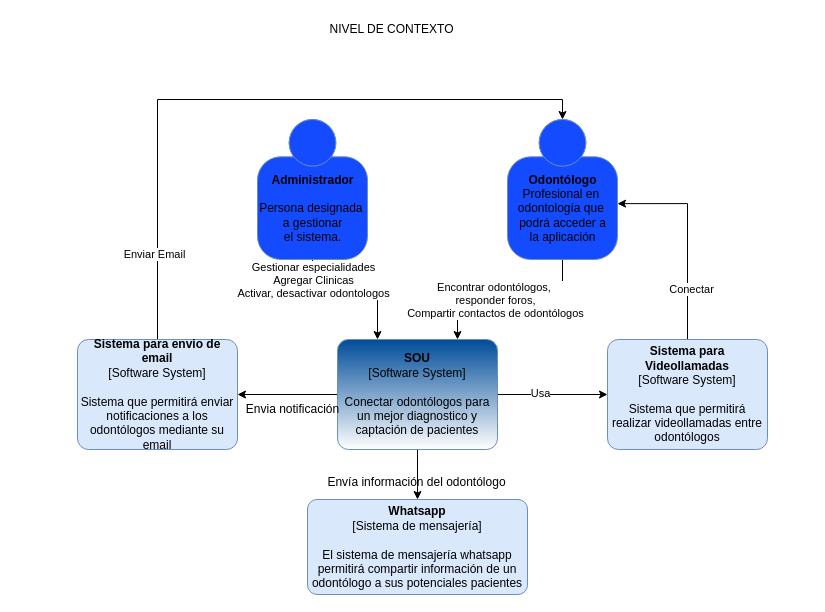
Above: Untitled Diagram.drawio in vjcajilema/C4-Odontologos (draw.io), before the change. Source tidied: cells renumbered, new cells numbered last; positions are measured from the earlier drawing's top-left corner, leaving out a move shared by most shapes. Both pictures are drawn from the tidied source at 100%, with x=0, y=0 at pixel (77, 19).
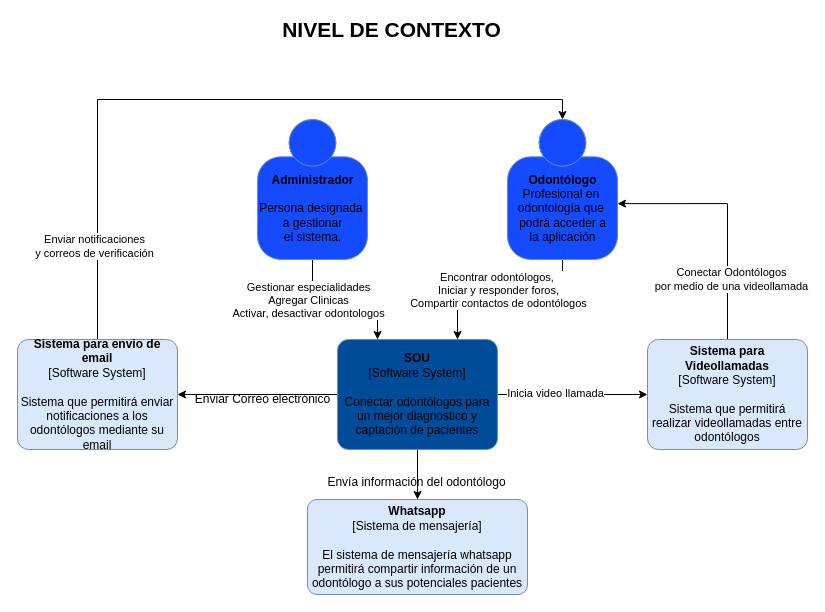
The same diagram, later.

Commit message:
Diagrama contexto Odontólogos.drawio

The change refers to these unchanged cells:
```xml
<mxCell id="2" style="edgeStyle=orthogonalEdgeStyle;rounded=0;jettySize=auto;html=1;exitX=0.5;exitY=1;exitDx=0;exitDy=0;exitPerimeter=0;entryX=0.25;entryY=0;entryDx=0;entryDy=0;entryPerimeter=0;" parent="1" edge="1" source="4" target="9">
  <mxGeometry relative="1" as="geometry" />
</mxCell>
<mxCell id="5" style="edgeStyle=orthogonalEdgeStyle;rounded=0;jettySize=auto;html=1;exitX=1;exitY=0.5;exitDx=0;exitDy=0;exitPerimeter=0;" parent="1" edge="1" source="9" target="15">
  <mxGeometry relative="1" as="geometry" />
</mxCell>
<mxCell id="10" style="edgeStyle=orthogonalEdgeStyle;rounded=0;jettySize=auto;html=1;exitX=0.5;exitY=1;exitDx=0;exitDy=0;exitPerimeter=0;entryX=0.75;entryY=0;entryDx=0;entryDy=0;entryPerimeter=0;" parent="1" edge="1" source="12" target="9">
  <mxGeometry relative="1" as="geometry" />
</mxCell>
<mxCell id="13" style="edgeStyle=orthogonalEdgeStyle;rounded=0;jettySize=auto;html=1;exitX=0.5;exitY=0;exitDx=0;exitDy=0;exitPerimeter=0;entryX=1;entryY=0.601;entryDx=0;entryDy=0;entryPerimeter=0;" parent="1" edge="1" source="15" target="12">
  <mxGeometry relative="1" as="geometry" />
</mxCell>
<mxCell id="16" style="edgeStyle=orthogonalEdgeStyle;rounded=0;jettySize=auto;html=1;exitX=0.5;exitY=0;exitDx=0;exitDy=0;exitPerimeter=0;entryX=0.5;entryY=0;entryDx=0;entryDy=0;entryPerimeter=0;" parent="1" edge="1" source="18" target="12">
  <mxGeometry relative="1" as="geometry" />
</mxCell>
```

Diff of the diagram source:
```diff
@@
     <mxCell id="3" value="Gestionar especialidades&lt;br&gt;Agregar Clinicas&lt;br&gt;Activar, desactivar odontologos" style="edgeLabel;html=1;align=center;verticalAlign=middle;" parent="2" vertex="1">
       <mxGeometry x="-0.45" y="18" relative="1" as="geometry">
-        <mxPoint y="-2" as="offset" />
+        <mxPoint x="-5" y="18" as="offset" />
       </mxGeometry>
     </mxCell>
@@
-    <mxCell id="6" value="Usa" style="edgeLabel;html=1;align=center;verticalAlign=middle;" parent="5" vertex="1">
+    <mxCell id="6" value="Inicia video llamada" style="edgeLabel;html=1;align=center;verticalAlign=middle;" parent="5" vertex="1">
       <mxGeometry x="-0.24" y="2" relative="1" as="geometry" />
     </mxCell>
@@
-    <mxCell id="9" value="&lt;b&gt;SOU&lt;/b&gt;&lt;div&gt;[Software System]&lt;/div&gt;&lt;br&gt;&lt;div&gt;Conectar odontólogos para un mejor diagnostico y captación de pacientes&lt;/div&gt;" style="rounded=1;whiteSpace=wrap;html=1;labelBackgroundColor=none;fillColor=#004C99;fontColor=#000000;align=center;arcSize=10;strokeColor=#6c8ebf;points=[[0.25,0,0],[0.5,0,0],[0.75,0,0],[1,0.25,0],[1,0.5,0],[1,0.75,0],[0.75,1,0],[0.5,1,0],[0.25,1,0],[0,0.75,0],[0,0.5,0],[0,0.25,0]];gradientColor=#ffffff;" parent="1" vertex="1">
+    <mxCell id="9" value="&lt;b&gt;SOU&lt;/b&gt;&lt;div&gt;[Software System]&lt;/div&gt;&lt;br&gt;&lt;div&gt;Conectar odontólogos para un mejor diagnostico y captación de pacientes&lt;/div&gt;" style="rounded=1;whiteSpace=wrap;html=1;labelBackgroundColor=none;fillColor=#004C99;fontColor=#000000;align=center;arcSize=10;strokeColor=#6c8ebf;points=[[0.25,0,0],[0.5,0,0],[0.75,0,0],[1,0.25,0],[1,0.5,0],[1,0.75,0],[0.75,1,0],[0.5,1,0],[0.25,1,0],[0,0.75,0],[0,0.5,0],[0,0.25,0]];gradientColor=none;" parent="1" vertex="1">
       <mxGeometry x="260" y="320" width="160" height="110" as="geometry" />
     </mxCell>
@@
-    <mxCell id="11" value="Encontrar odontólogos,&amp;nbsp;&lt;br&gt;responder foros,&lt;br&gt;Compartir contactos de odontólogos" style="edgeLabel;html=1;align=center;verticalAlign=middle;" parent="10" vertex="1">
+    <mxCell id="11" value="Encontrar odontólogos,&amp;nbsp;&lt;br&gt;Iniciar y responder foros,&lt;br&gt;Compartir contactos de odontólogos" style="edgeLabel;html=1;align=center;verticalAlign=middle;" parent="10" vertex="1">
       <mxGeometry x="0.18" relative="1" as="geometry">
-        <mxPoint x="1" as="offset" />
+        <mxPoint x="4" y="-10" as="offset" />
       </mxGeometry>
     </mxCell>
@@
-    <mxCell id="14" value="Conectar" style="edgeLabel;html=1;align=center;verticalAlign=middle;" parent="13" vertex="1">
+    <mxCell id="14" value="Conectar Odontólogos&lt;br&gt;por medio de una videollamada" style="edgeLabel;html=1;align=center;verticalAlign=middle;" parent="13" vertex="1">
       <mxGeometry x="-0.5" y="-3" relative="1" as="geometry" />
     </mxCell>
     <mxCell id="15" value="&lt;b&gt;Sistema para Videollamadas&lt;/b&gt;&lt;br&gt;&lt;div&gt;[Software System]&lt;/div&gt;&lt;br&gt;&lt;div&gt;Sistema que permitirá realizar videollamadas entre odontólogos&lt;/div&gt;" style="rounded=1;whiteSpace=wrap;html=1;labelBackgroundColor=none;fillColor=#dae8fc;fontColor=#000000;align=center;arcSize=10;strokeColor=#6c8ebf;points=[[0.25,0,0],[0.5,0,0],[0.75,0,0],[1,0.25,0],[1,0.5,0],[1,0.75,0],[0.75,1,0],[0.5,1,0],[0.25,1,0],[0,0.75,0],[0,0.5,0],[0,0.25,0]];" parent="1" vertex="1">
-      <mxGeometry x="530" y="320" width="160" height="110" as="geometry" />
+      <mxGeometry x="570" y="320" width="160" height="110" as="geometry" />
     </mxCell>
@@
-    <mxCell id="17" value="Enviar Email" style="edgeLabel;html=1;align=center;verticalAlign=middle;" parent="16" vertex="1">
+    <mxCell id="17" value="Enviar notificaciones &lt;br&gt;y correos de verificación" style="edgeLabel;html=1;align=center;verticalAlign=middle;" parent="16" vertex="1">
       <mxGeometry x="-0.74" y="4" relative="1" as="geometry" />
     </mxCell>
     <mxCell id="18" value="&lt;b&gt;Sistema para envio de email&lt;/b&gt;&lt;br&gt;&lt;div&gt;[Software System]&lt;/div&gt;&lt;br&gt;&lt;div&gt;Sistema que permitirá enviar notificaciones a los odontólogos mediante su email&lt;/div&gt;" style="rounded=1;whiteSpace=wrap;html=1;labelBackgroundColor=none;fillColor=#dae8fc;fontColor=#000000;align=center;arcSize=10;strokeColor=#6c8ebf;points=[[0.25,0,0],[0.5,0,0],[0.75,0,0],[1,0.25,0],[1,0.5,0],[1,0.75,0],[0.75,1,0],[0.5,1,0],[0.25,1,0],[0,0.75,0],[0,0.5,0],[0,0.25,0]];" parent="1" vertex="1">
-      <mxGeometry y="320" width="160" height="110" as="geometry" />
+      <mxGeometry x="-60" y="320" width="160" height="110" as="geometry" />
     </mxCell>
@@
-    <mxCell id="20" value="Envia notificación" style="text;html=1;align=center;verticalAlign=middle;" parent="1" vertex="1">
-      <mxGeometry x="160" y="380" width="110" height="20" as="geometry" />
+    <mxCell id="20" value="Enviar Correo electrónico" style="text;html=1;align=center;verticalAlign=middle;" parent="1" vertex="1">
+      <mxGeometry x="110" y="370" width="150" height="20" as="geometry" />
     </mxCell>
@@
-    <mxCell id="22" value="NIVEL DE CONTEXTO" style="text;html=1;align=center;verticalAlign=middle;" parent="1" vertex="1">
-      <mxGeometry x="244" width="140" height="20" as="geometry" />
+    <mxCell id="22" value="&lt;b&gt;&lt;font style=&quot;font-size: 21px&quot;&gt;NIVEL DE CONTEXTO&lt;/font&gt;&lt;/b&gt;" style="text;html=1;align=center;verticalAlign=middle;" parent="1" vertex="1">
+      <mxGeometry x="199" width="230" height="20" as="geometry" />
     </mxCell>
```
